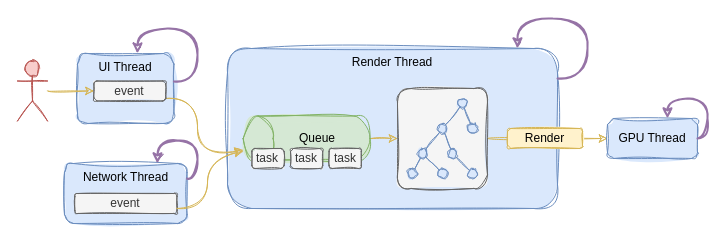
richard-wang-tw/web-basic-2 keeps this draw.io diagram as page "Page-2" (2 of 11) of diagrams.drawio. Above is the earlier version. Source tidied: cells renumbered, new cells numbered last; positions are measured from the earlier drawing's top-left corner, leaving out a move shared by most shapes. Both pictures are drawn from the tidied source at 100%, with x=0, y=0 at pixel (17, 18).
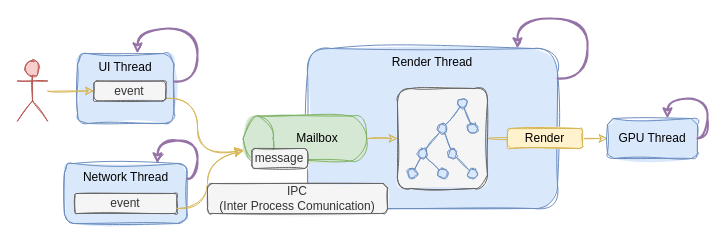
The same diagram, later.

Diff of the diagram source:
```diff
@@
     <mxCell id="2" value="Render Thread" style="rounded=1;whiteSpace=wrap;html=1;sketch=1;curveFitting=1;jiggle=2;fillColor=#dae8fc;strokeColor=#6c8ebf;fillStyle=solid;verticalAlign=top;" parent="1" vertex="1">
-      <mxGeometry x="210" y="30" width="330" height="160" as="geometry" />
+      <mxGeometry x="290" y="30" width="250" height="160" as="geometry" />
     </mxCell>
@@
     <mxCell id="27" style="shape=cylinder3;whiteSpace=wrap;html=1;boundedLbl=1;backgroundOutline=1;size=15;rounded=1;fillStyle=solid;fillColor=#d5e8d4;rotation=-90;sketch=1;curveFitting=1;jiggle=2;strokeColor=#82b366;" parent="1" vertex="1">
-      <mxGeometry x="266.6" y="56.6" width="45" height="126.9" as="geometry" />
+      <mxGeometry x="264.9" y="58.3" width="45" height="123.5" as="geometry" />
     </mxCell>
-    <mxCell id="28" value="Queue" style="rounded=0;whiteSpace=wrap;html=1;sketch=1;fillStyle=solid;fillColor=#d5e8d4;strokeColor=none;" parent="1" vertex="1">
+    <mxCell id="28" value="Mailbox" style="rounded=0;whiteSpace=wrap;html=1;sketch=1;fillStyle=solid;fillColor=#d5e8d4;strokeColor=none;" parent="1" vertex="1">
       <mxGeometry x="260" y="105" width="80" height="30" as="geometry" />
     </mxCell>
@@
-    <mxCell id="33" value="task" style="rounded=1;whiteSpace=wrap;html=1;sketch=1;fillStyle=solid;fillColor=#f5f5f5;strokeColor=#666666;fontColor=#333333;" parent="1" vertex="1">
-      <mxGeometry x="234.4" y="130" width="32.2" height="20" as="geometry" />
+    <mxCell id="33" value="message" style="rounded=1;whiteSpace=wrap;html=1;sketch=1;fillStyle=solid;fillColor=#f5f5f5;strokeColor=#666666;fontColor=#333333;" parent="1" vertex="1">
+      <mxGeometry x="234.4" y="130" width="55.6" height="20" as="geometry" />
     </mxCell>
-    <mxCell id="34" value="task" style="rounded=1;whiteSpace=wrap;html=1;sketch=1;fillStyle=solid;fillColor=#f5f5f5;strokeColor=#666666;fontColor=#333333;" parent="1" vertex="1">
-      <mxGeometry x="273" y="130" width="32.2" height="20" as="geometry" />
-    </mxCell>
-    <mxCell id="35" value="task" style="rounded=1;whiteSpace=wrap;html=1;sketch=1;fillStyle=solid;fillColor=#f5f5f5;strokeColor=#666666;fontColor=#333333;" parent="1" vertex="1">
-      <mxGeometry x="311.6" y="130" width="32.2" height="20" as="geometry" />
-    </mxCell>
@@
+    <mxCell id="41" value="IPC&lt;br&gt;(Inter Process Comunication)" style="rounded=1;whiteSpace=wrap;html=1;sketch=1;fillStyle=solid;fillColor=#f5f5f5;strokeColor=#666666;fontColor=#333333;" parent="1" vertex="1">
+      <mxGeometry x="190" y="165" width="180" height="30" as="geometry" />
+    </mxCell>
```
